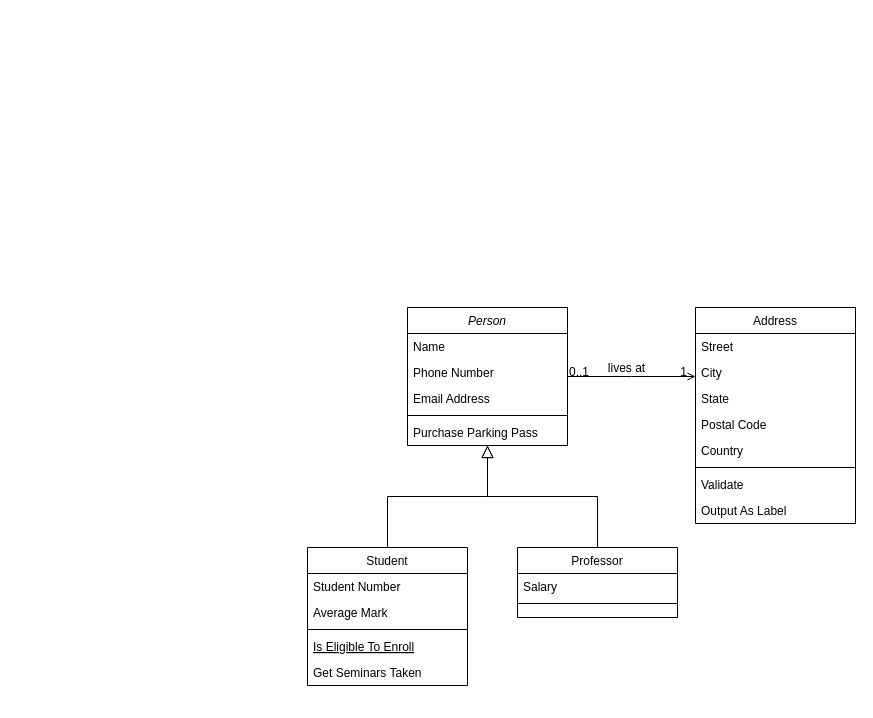
Before: lab3_uml1_klassdiagram.drawio in Gralen0/lab4, a draw.io diagram. Source tidied: cells renumbered, new cells numbered last; positions are measured from the earlier drawing's top-left corner, leaving out a move shared by most shapes. Both pictures are drawn from the tidied source at 100%, with x=0, y=0 at pixel (307, 307).
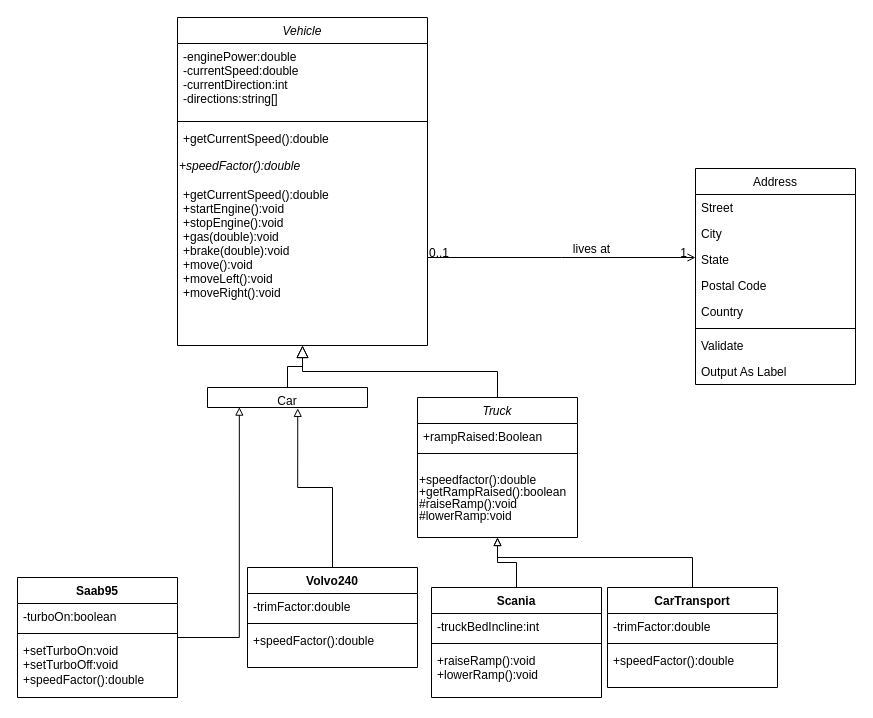
Above is the later version.

The edit, as a diff of the source:
```diff
@@
-    <mxCell id="2" value="Person" style="swimlane;fontStyle=2;align=center;verticalAlign=top;horizontal=1;startSize=26;rounded=0;shadow=0;strokeWidth=1;" parent="1" vertex="1">
-      <mxGeometry x="100" width="160" height="138" as="geometry" />
+    <mxCell id="2" value="Vehicle" style="swimlane;fontStyle=2;align=center;verticalAlign=top;horizontal=1;startSize=26;rounded=0;shadow=0;strokeWidth=1;" parent="1" vertex="1">
+      <mxGeometry x="-130" y="-290" width="250" height="328" as="geometry" />
     </mxCell>
-    <mxCell id="3" value="Name" style="text;align=left;verticalAlign=top;spacingLeft=4;spacingRight=4;overflow=hidden;" parent="2" vertex="1">
-      <mxGeometry y="26" width="160" height="26" as="geometry" />
+    <mxCell id="3" value="-enginePower:double&#10;-currentSpeed:double&#10;-currentDirection:int&#10;-directions:string[]&#10;" style="text;align=left;verticalAlign=top;spacingLeft=4;spacingRight=4;overflow=hidden;" parent="2" vertex="1">
+      <mxGeometry y="26" width="250" height="74" as="geometry" />
     </mxCell>
-    <mxCell id="4" value="Phone Number" style="text;align=left;verticalAlign=top;spacingLeft=4;spacingRight=4;overflow=hidden;rounded=0;shadow=0;html=0;" parent="2" vertex="1">
-      <mxGeometry y="52" width="160" height="26" as="geometry" />
-    </mxCell>
-    <mxCell id="5" value="Email Address" style="text;align=left;verticalAlign=top;spacingLeft=4;spacingRight=4;overflow=hidden;rounded=0;shadow=0;html=0;" parent="2" vertex="1">
-      <mxGeometry y="78" width="160" height="26" as="geometry" />
-    </mxCell>
     <mxCell id="6" style="line;html=1;strokeWidth=1;align=left;verticalAlign=middle;spacingTop=-1;spacingLeft=3;spacingRight=3;labelPosition=right;" parent="2" vertex="1">
-      <mxGeometry y="104" width="160" height="8" as="geometry" />
+      <mxGeometry y="100" width="250" height="8" as="geometry" />
     </mxCell>
-    <mxCell id="7" value="Purchase Parking Pass" style="text;align=left;verticalAlign=top;spacingLeft=4;spacingRight=4;overflow=hidden;" parent="2" vertex="1">
-      <mxGeometry y="112" width="160" height="26" as="geometry" />
+    <mxCell id="7" value="+getCurrentSpeed():double" style="text;align=left;verticalAlign=top;spacingLeft=4;spacingRight=4;overflow=hidden;" parent="2" vertex="1">
+      <mxGeometry y="108" width="250" height="26" as="geometry" />
     </mxCell>
+    <mxCell id="32" value="&lt;div style=&quot;&quot;&gt;&lt;i style=&quot;background-color: initial;&quot;&gt;+speedFactor():double&lt;/i&gt;&lt;/div&gt;" style="text;html=1;strokeColor=none;fillColor=none;align=left;verticalAlign=middle;whiteSpace=wrap;rounded=0;" parent="2" vertex="1">
+      <mxGeometry y="134" width="250" height="30" as="geometry" />
+    </mxCell>
+    <mxCell id="33" value="+getCurrentSpeed():double&#10;+startEngine():void&#10;+stopEngine():void&#10;+gas(double):void&#10;+brake(double):void&#10;+move():void&#10;+moveLeft():void&#10;+moveRight():void" style="text;align=left;verticalAlign=top;spacingLeft=4;spacingRight=4;overflow=hidden;" parent="2" vertex="1">
+      <mxGeometry y="164" width="250" height="156" as="geometry" />
+    </mxCell>
-    <mxCell id="8" value="Student" style="swimlane;fontStyle=0;align=center;verticalAlign=top;horizontal=1;startSize=26;rounded=0;shadow=0;strokeWidth=1;" parent="1" vertex="1">
-      <mxGeometry y="240" width="160" height="138" as="geometry" />
+    <mxCell id="8" value="Car" style="swimlane;fontStyle=0;align=center;verticalAlign=top;horizontal=1;startSize=26;rounded=0;shadow=0;strokeWidth=1;" parent="1" vertex="1">
+      <mxGeometry x="-100" y="80" width="160" height="20" as="geometry" />
     </mxCell>
-    <mxCell id="9" value="Student Number" style="text;align=left;verticalAlign=top;spacingLeft=4;spacingRight=4;overflow=hidden;" parent="8" vertex="1">
-      <mxGeometry y="26" width="160" height="26" as="geometry" />
-    </mxCell>
-    <mxCell id="10" value="Average Mark" style="text;align=left;verticalAlign=top;spacingLeft=4;spacingRight=4;overflow=hidden;rounded=0;shadow=0;html=0;" parent="8" vertex="1">
-      <mxGeometry y="52" width="160" height="26" as="geometry" />
-    </mxCell>
-    <mxCell id="11" style="line;html=1;strokeWidth=1;align=left;verticalAlign=middle;spacingTop=-1;spacingLeft=3;spacingRight=3;labelPosition=right;" parent="8" vertex="1">
-      <mxGeometry y="78" width="160" height="8" as="geometry" />
-    </mxCell>
-    <mxCell id="12" value="Is Eligible To Enroll" style="text;align=left;verticalAlign=top;spacingLeft=4;spacingRight=4;overflow=hidden;fontStyle=4;" parent="8" vertex="1">
-      <mxGeometry y="86" width="160" height="26" as="geometry" />
-    </mxCell>
-    <mxCell id="13" value="Get Seminars Taken" style="text;align=left;verticalAlign=top;spacingLeft=4;spacingRight=4;overflow=hidden;" parent="8" vertex="1">
-      <mxGeometry y="112" width="160" height="26" as="geometry" />
-    </mxCell>
@@
-    <mxCell id="15" value="Professor" style="swimlane;fontStyle=0;align=center;verticalAlign=top;horizontal=1;startSize=26;rounded=0;shadow=0;strokeWidth=1;" parent="1" vertex="1">
-      <mxGeometry x="210" y="240" width="160" height="70" as="geometry" />
+    <mxCell id="15" value="Truck" style="swimlane;fontStyle=2;align=center;verticalAlign=top;horizontal=1;startSize=26;rounded=0;shadow=0;strokeWidth=1;" parent="1" vertex="1">
+      <mxGeometry x="110" y="90" width="160" height="140" as="geometry" />
     </mxCell>
-    <mxCell id="16" value="Salary" style="text;align=left;verticalAlign=top;spacingLeft=4;spacingRight=4;overflow=hidden;" parent="15" vertex="1">
+    <mxCell id="16" value="+rampRaised:Boolean" style="text;align=left;verticalAlign=top;spacingLeft=4;spacingRight=4;overflow=hidden;" parent="15" vertex="1">
       <mxGeometry y="26" width="160" height="26" as="geometry" />
     </mxCell>
@@
+    <mxCell id="34" value="&lt;div style=&quot;line-height: 100%;&quot;&gt;&lt;span style=&quot;background-color: initial;&quot;&gt;&lt;font style=&quot;font-size: 12px;&quot;&gt;+speedfactor():double&lt;/font&gt;&lt;/span&gt;&lt;/div&gt;&lt;div style=&quot;line-height: 100%;&quot;&gt;&lt;font style=&quot;font-size: 12px;&quot;&gt;+getRampRaised():boolean&lt;/font&gt;&lt;/div&gt;&lt;div style=&quot;line-height: 100%;&quot;&gt;&lt;font style=&quot;font-size: 12px;&quot;&gt;#raiseRamp():void&lt;/font&gt;&lt;/div&gt;&lt;div style=&quot;line-height: 100%;&quot;&gt;#lowerRamp:void&lt;/div&gt;" style="text;html=1;strokeColor=none;fillColor=none;align=left;verticalAlign=middle;whiteSpace=wrap;rounded=0;" parent="15" vertex="1">
+      <mxGeometry y="60" width="160" height="80" as="geometry" />
+    </mxCell>
@@
     <mxCell id="19" value="Address" style="swimlane;fontStyle=0;align=center;verticalAlign=top;horizontal=1;startSize=26;rounded=0;shadow=0;strokeWidth=1;" parent="1" vertex="1">
-      <mxGeometry x="388" width="160" height="216" as="geometry" />
+      <mxGeometry x="388" y="-139" width="160" height="216" as="geometry" />
     </mxCell>
@@
+    <mxCell id="35" value="Saab95" style="swimlane;fontStyle=1;align=center;verticalAlign=top;horizontal=1;startSize=26;whiteSpace=wrap;html=1;" parent="1" vertex="1">
+      <mxGeometry x="-290" y="270" width="160" height="120" as="geometry" />
+    </mxCell>
+    <mxCell id="36" value="-turboOn:boolean" style="text;strokeColor=none;fillColor=none;align=left;verticalAlign=top;spacingLeft=4;spacingRight=4;overflow=hidden;whiteSpace=wrap;html=1;" parent="35" vertex="1">
+      <mxGeometry y="26" width="160" height="26" as="geometry" />
+    </mxCell>
+    <mxCell id="37" style="line;strokeWidth=1;fillColor=none;align=left;verticalAlign=middle;spacingTop=-1;spacingLeft=3;spacingRight=3;labelPosition=right;strokeColor=inherit;" parent="35" vertex="1">
+      <mxGeometry y="52" width="160" height="8" as="geometry" />
+    </mxCell>
+    <mxCell id="38" value="+setTurboOn:void&lt;br&gt;+setTurboOff:void&lt;br&gt;+speedFactor():double" style="text;strokeColor=none;fillColor=none;align=left;verticalAlign=top;spacingLeft=4;spacingRight=4;overflow=hidden;whiteSpace=wrap;html=1;" parent="35" vertex="1">
+      <mxGeometry y="60" width="160" height="60" as="geometry" />
+    </mxCell>
+    <mxCell id="39" value="Volvo240" style="swimlane;fontStyle=1;align=center;verticalAlign=top;horizontal=1;startSize=26;whiteSpace=wrap;html=1;" parent="1" vertex="1">
+      <mxGeometry x="-60" y="260" width="170" height="100" as="geometry" />
+    </mxCell>
+    <mxCell id="40" value="-trimFactor:double" style="text;strokeColor=none;fillColor=none;align=left;verticalAlign=top;spacingLeft=4;spacingRight=4;overflow=hidden;whiteSpace=wrap;html=1;" parent="39" vertex="1">
+      <mxGeometry y="26" width="170" height="26" as="geometry" />
+    </mxCell>
+    <mxCell id="41" style="line;strokeWidth=1;fillColor=none;align=left;verticalAlign=middle;spacingTop=-1;spacingLeft=3;spacingRight=3;labelPosition=right;strokeColor=inherit;" parent="39" vertex="1">
+      <mxGeometry y="52" width="170" height="8" as="geometry" />
+    </mxCell>
+    <mxCell id="42" value="+speedFactor():double" style="text;strokeColor=none;fillColor=none;align=left;verticalAlign=top;spacingLeft=4;spacingRight=4;overflow=hidden;whiteSpace=wrap;html=1;" parent="39" vertex="1">
+      <mxGeometry y="60" width="170" height="40" as="geometry" />
+    </mxCell>
+    <mxCell id="43" style="edgeStyle=orthogonalEdgeStyle;rounded=0;jettySize=auto;html=1;entryX=0.564;entryY=1.042;entryDx=0;entryDy=0;entryPerimeter=0;endArrow=block;endFill=0;" parent="1" edge="1" source="39" target="8">
+      <mxGeometry relative="1" as="geometry" />
+    </mxCell>
+    <mxCell id="44" style="edgeStyle=orthogonalEdgeStyle;rounded=0;jettySize=auto;html=1;entryX=0.199;entryY=0.981;entryDx=0;entryDy=0;entryPerimeter=0;endArrow=block;endFill=0;" parent="1" edge="1" source="35" target="8">
+      <mxGeometry relative="1" as="geometry" />
+    </mxCell>
+    <mxCell id="45" style="edgeStyle=orthogonalEdgeStyle;rounded=0;jettySize=auto;html=1;entryX=0.5;entryY=1;entryDx=0;entryDy=0;endArrow=block;endFill=0;" parent="1" edge="1" source="46" target="34">
+      <mxGeometry relative="1" as="geometry" />
+    </mxCell>
+    <mxCell id="46" value="Scania" style="swimlane;fontStyle=1;align=center;verticalAlign=top;horizontal=1;startSize=26;whiteSpace=wrap;html=1;" parent="1" vertex="1">
+      <mxGeometry x="124" y="280" width="170" height="110" as="geometry" />
+    </mxCell>
+    <mxCell id="47" value="-truckBedIncline:int" style="text;strokeColor=none;fillColor=none;align=left;verticalAlign=top;spacingLeft=4;spacingRight=4;overflow=hidden;whiteSpace=wrap;html=1;" parent="46" vertex="1">
+      <mxGeometry y="26" width="170" height="26" as="geometry" />
+    </mxCell>
+    <mxCell id="48" style="line;strokeWidth=1;fillColor=none;align=left;verticalAlign=middle;spacingTop=-1;spacingLeft=3;spacingRight=3;labelPosition=right;strokeColor=inherit;" parent="46" vertex="1">
+      <mxGeometry y="52" width="170" height="8" as="geometry" />
+    </mxCell>
+    <mxCell id="49" value="+raiseRamp():void&lt;br&gt;+lowerRamp():void" style="text;strokeColor=none;fillColor=none;align=left;verticalAlign=top;spacingLeft=4;spacingRight=4;overflow=hidden;whiteSpace=wrap;html=1;" parent="46" vertex="1">
+      <mxGeometry y="60" width="170" height="50" as="geometry" />
+    </mxCell>
+    <mxCell id="50" style="edgeStyle=orthogonalEdgeStyle;rounded=0;jettySize=auto;html=1;entryX=0.5;entryY=1;entryDx=0;entryDy=0;endArrow=block;endFill=0;" parent="1" edge="1" source="51" target="34">
+      <mxGeometry relative="1" as="geometry">
+        <Array as="points">
+          <mxPoint x="385" y="250" />
+          <mxPoint x="190" y="250" />
+        </Array>
+      </mxGeometry>
+    </mxCell>
+    <mxCell id="51" value="CarTransport" style="swimlane;fontStyle=1;align=center;verticalAlign=top;horizontal=1;startSize=26;whiteSpace=wrap;html=1;" parent="1" vertex="1">
+      <mxGeometry x="300" y="280" width="170" height="100" as="geometry" />
+    </mxCell>
+    <mxCell id="52" value="-trimFactor:double" style="text;strokeColor=none;fillColor=none;align=left;verticalAlign=top;spacingLeft=4;spacingRight=4;overflow=hidden;whiteSpace=wrap;html=1;" parent="51" vertex="1">
+      <mxGeometry y="26" width="170" height="26" as="geometry" />
+    </mxCell>
+    <mxCell id="53" style="line;strokeWidth=1;fillColor=none;align=left;verticalAlign=middle;spacingTop=-1;spacingLeft=3;spacingRight=3;labelPosition=right;strokeColor=inherit;" parent="51" vertex="1">
+      <mxGeometry y="52" width="170" height="8" as="geometry" />
+    </mxCell>
+    <mxCell id="54" value="+speedFactor():double" style="text;strokeColor=none;fillColor=none;align=left;verticalAlign=top;spacingLeft=4;spacingRight=4;overflow=hidden;whiteSpace=wrap;html=1;" parent="51" vertex="1">
+      <mxGeometry y="60" width="170" height="40" as="geometry" />
+    </mxCell>
```
